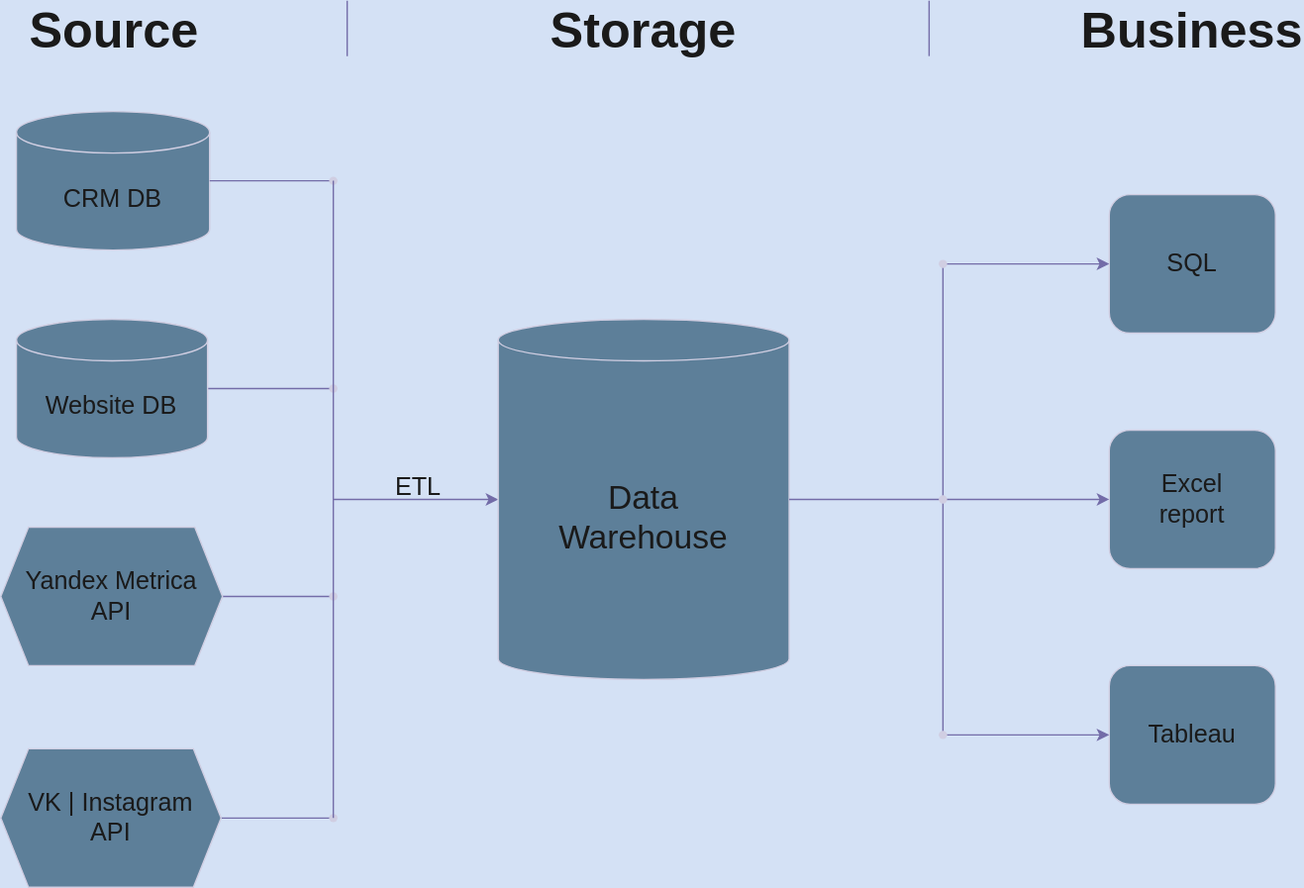
Above: Module 1/Analytic solution architercture.drawio.svg in atsterq/DE-101 (draw.io), before the change. Source tidied: cells renumbered, new cells last; positions are measured from the earlier drawing's top-left corner, leaving out a move shared by most shapes.
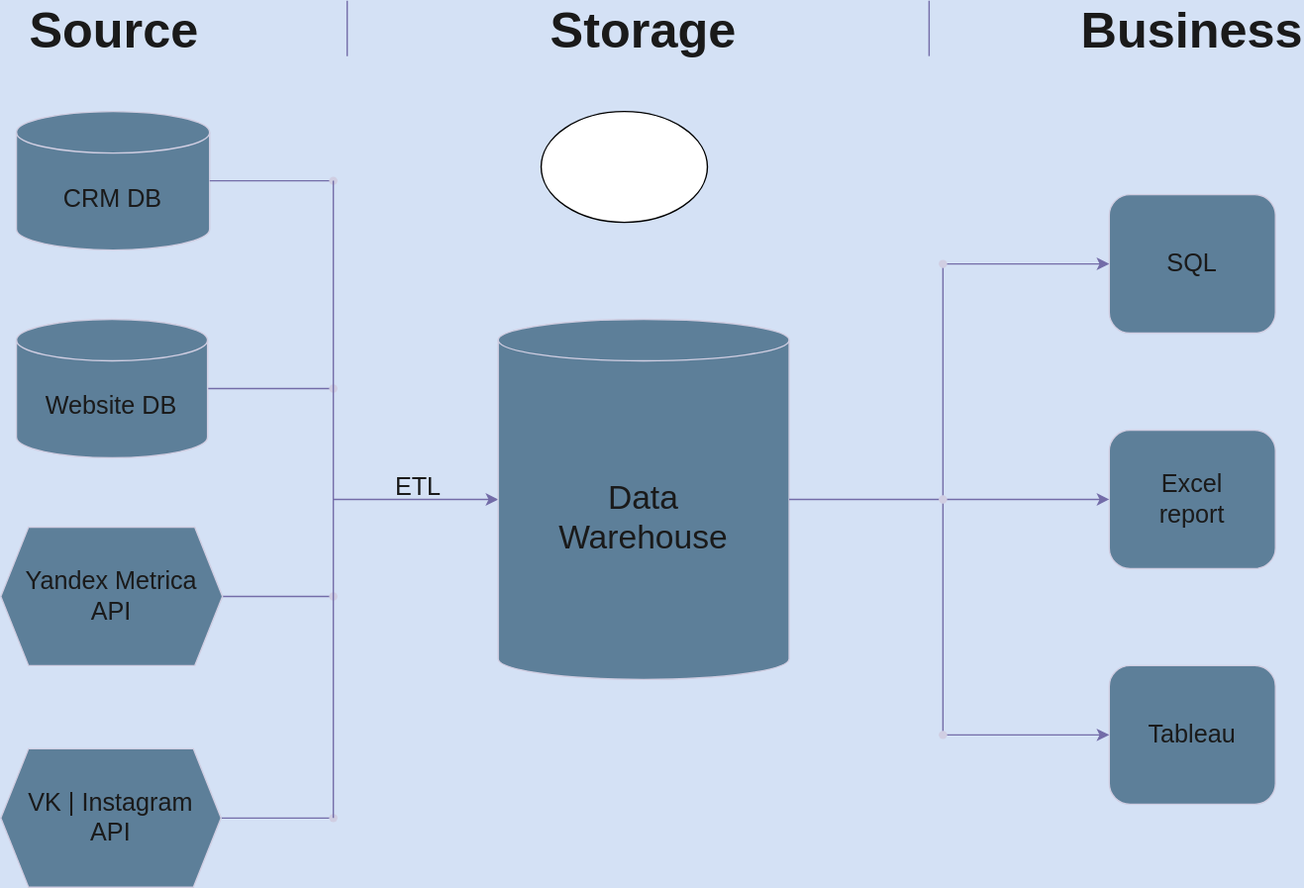
Later version of the same file.

The edit, as a diff of the source:
```diff
@@ -114,5 +114,8 @@
     <mxCell id="34" style="shape=waypoint;sketch=0;fillStyle=solid;size=6;points=[];fillColor=none;perimeter=centerPerimeter;snapToPoint=1;labelBackgroundColor=none;strokeColor=#D0CEE2;fontColor=#1A1A1A;" parent="1" vertex="1">
       <mxGeometry x="670" y="520" width="20" height="20" as="geometry" />
     </mxCell>
+    <mxCell id="35" style="ellipse;whiteSpace=wrap;html=1;" parent="1" vertex="1">
+      <mxGeometry x="390" y="80" width="120" height="80" as="geometry" />
+    </mxCell>
   </root>
 </mxGraphModel>
```
